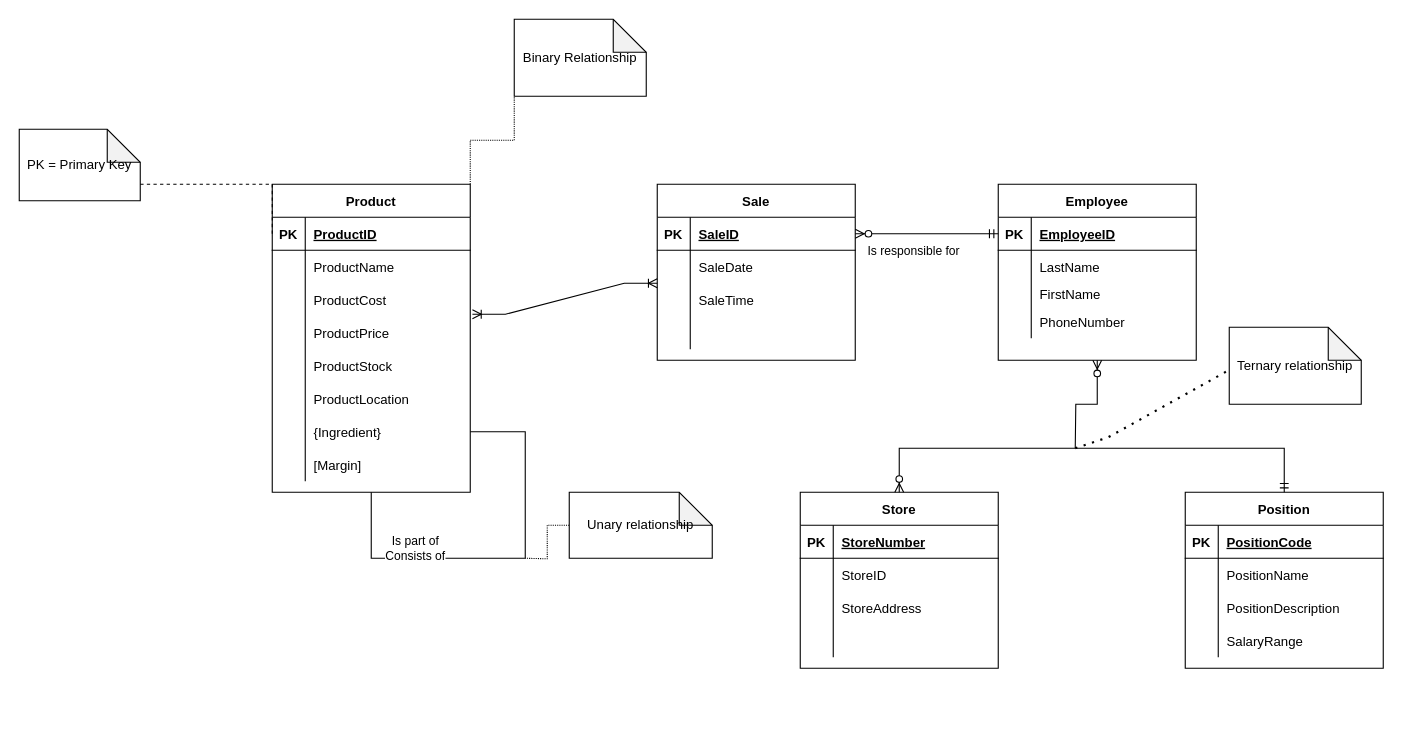
Earlier version of the draw.io diagram page "Store EER" (1 of 3) of EER diagram.drawio (parkeraustin72/CTIS345). Source tidied: cells renumbered, new cells numbered last; positions are measured from the earlier drawing's top-left corner, leaving out a move shared by most shapes. Both pictures are drawn from the tidied source at 110%, with x=0, y=0 at pixel (19, 19).
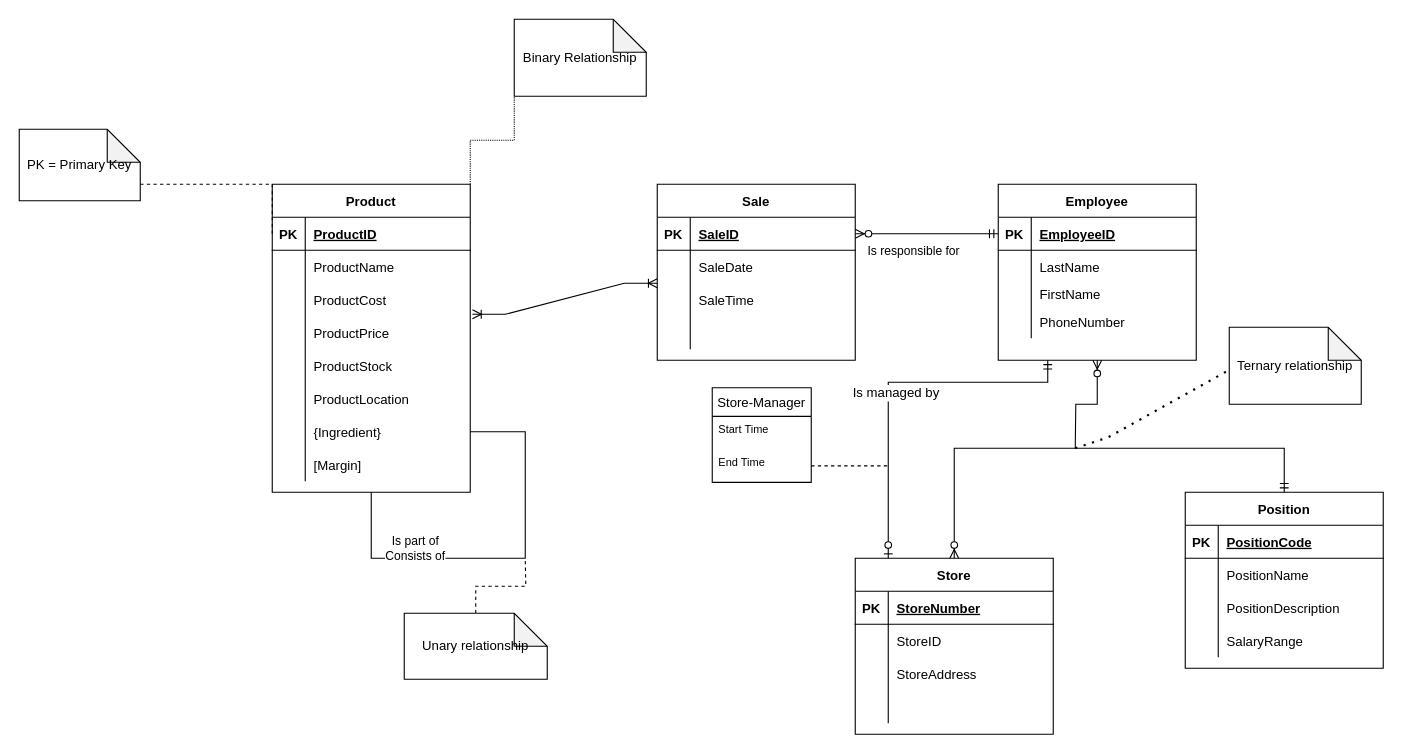
Above is the later version.

The change refers to these unchanged cells:
```xml
<mxCell id="74" value="Employee" style="shape=table;startSize=30;childLayout=tableLayout;rowLines=0;fontStyle=1;align=center;" parent="1" vertex="1">
  <mxGeometry x="890" y="150" width="180" height="160" as="geometry" />
</mxCell>
```

The edit, as a diff of the source:
```diff
@@
-    <mxCell id="46" style="edgeStyle=orthogonalEdgeStyle;rounded=0;jettySize=auto;html=1;exitX=0;exitY=0.5;exitDx=0;exitDy=0;exitPerimeter=0;endArrow=none;endFill=0;dashed=1;dashPattern=1 1;" parent="1" edge="1" source="47">
+    <mxCell id="46" style="edgeStyle=orthogonalEdgeStyle;rounded=0;jettySize=auto;html=1;exitX=0.5;exitY=0;exitDx=0;exitDy=0;exitPerimeter=0;endArrow=none;endFill=0;dashed=1;" parent="1" edge="1" source="47">
       <mxGeometry relative="1" as="geometry">
         <mxPoint x="460" y="490" as="targetPoint" />
       </mxGeometry>
     </mxCell>
     <mxCell id="47" value="Unary relationship" style="shape=note;whiteSpace=wrap;html=1;backgroundOutline=1;darkOpacity=0.05;" parent="1" vertex="1">
-      <mxGeometry x="500" y="430" width="130" height="60" as="geometry" />
+      <mxGeometry x="350" y="540" width="130" height="60" as="geometry" />
     </mxCell>
     <mxCell id="48" value="Store" style="shape=table;startSize=30;childLayout=tableLayout;rowLines=0;fontStyle=1;align=center;" parent="1" vertex="1">
-      <mxGeometry x="710" y="430" width="180" height="160" as="geometry" />
+      <mxGeometry x="760" y="490" width="180" height="160" as="geometry" />
     </mxCell>
@@
     <mxCell id="92" style="fontSize=12;html=1;endArrow=ERzeroToMany;endFill=1;rounded=0;entryX=0.5;entryY=0;entryDx=0;entryDy=0;edgeStyle=elbowEdgeStyle;" parent="1" edge="1" target="48">
       <mxGeometry relative="1" as="geometry">
         <mxPoint x="960" y="390" as="sourcePoint" />
         <Array as="points">
-          <mxPoint x="800" y="390" />
+          <mxPoint x="850" y="450" />
         </Array>
       </mxGeometry>
     </mxCell>
@@
+    <mxCell id="95" style="group;" parent="1" vertex="1">
+      <mxGeometry x="630" y="330" width="295" height="160" as="geometry" />
+    </mxCell>
+    <mxCell id="96" value="Is managed by" style="edgeStyle=orthogonalEdgeStyle;fontSize=12;html=1;endArrow=ERzeroToOne;startArrow=ERmandOne;rounded=0;exitX=0.25;exitY=1;exitDx=0;exitDy=0;" parent="95" edge="1" source="74">
+      <mxGeometry x="-0.03" y="10" relative="1" as="geometry">
+        <mxPoint x="160" y="160" as="targetPoint" />
+        <Array as="points">
+          <mxPoint x="295" />
+          <mxPoint x="160" />
+          <mxPoint x="160" y="160" />
+        </Array>
+      </mxGeometry>
+    </mxCell>
+    <mxCell id="97" value="Store-Manager" style="swimlane;fontStyle=0;horizontal=1;startSize=26;align=center;fontSize=12;" parent="95" vertex="1">
+      <mxGeometry y="5" width="90" height="86" as="geometry" />
+    </mxCell>
+    <mxCell id="98" value="Start Time     " style="text;strokeColor=none;fillColor=none;spacingLeft=4;spacingRight=4;overflow=hidden;fontSize=10;" parent="97" vertex="1">
+      <mxGeometry y="26" width="90" height="30" as="geometry" />
+    </mxCell>
+    <mxCell id="99" value="End Time" style="text;strokeColor=none;fillColor=none;spacingLeft=4;spacingRight=4;overflow=hidden;points=[[0,0.5],[1,0.5]];portConstraint=eastwest;fontSize=10;" parent="97" vertex="1">
+      <mxGeometry y="56" width="90" height="30" as="geometry" />
+    </mxCell>
+    <mxCell id="100" style="rounded=0;jettySize=auto;html=1;exitX=1;exitY=0.5;exitDx=0;exitDy=0;dashed=1;fontSize=12;endArrow=none;endFill=0;edgeStyle=orthogonalEdgeStyle;" parent="95" edge="1" source="99">
+      <mxGeometry relative="1" as="geometry">
+        <mxPoint x="160" y="76" as="targetPoint" />
+      </mxGeometry>
+    </mxCell>
```
